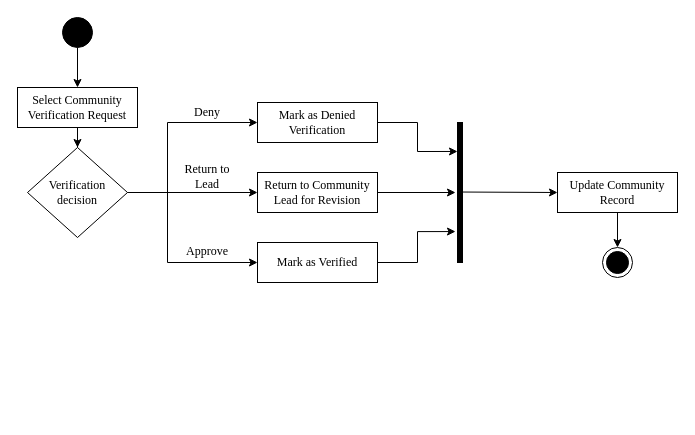
Earlier version of the draw.io diagram page "CommunityVerification" (3 of 11) of ConnexUs_Chap3.drawio (gvillanueva01/ConnexUs_diagrams). Source tidied: cells renumbered, new cells numbered last; positions are measured from the earlier drawing's top-left corner, leaving out a move shared by most shapes. Both pictures are drawn from the tidied source at 100%, with x=0, y=0 at pixel (17, 17).
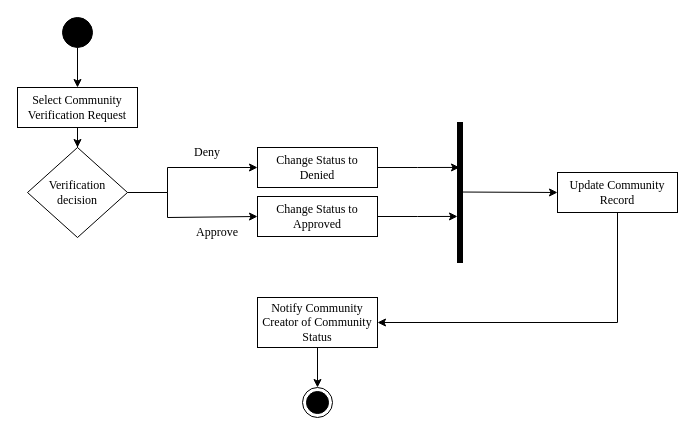
The same diagram, later.

The change refers to these unchanged cells:
```xml
<mxCell id="9" value="&lt;font face=&quot;Times New Roman&quot;&gt;Verification decision&lt;/font&gt;" style="shape=rhombus;html=1;dashed=0;whiteSpace=wrap;perimeter=rhombusPerimeter;" parent="1" vertex="1">
  <mxGeometry x="10" y="130" width="100" height="90" as="geometry" />
</mxCell>
<mxCell id="16" style="html=1;points=[];perimeter=orthogonalPerimeter;fillColor=strokeColor;" parent="1" vertex="1">
  <mxGeometry x="440" y="105" width="5" height="140" as="geometry" />
</mxCell>
<mxCell id="18" value="Update Community Record" style="rounded=0;whiteSpace=wrap;html=1;fontFamily=Times New Roman;" parent="1" vertex="1">
  <mxGeometry x="540" y="155" width="120" height="40" as="geometry" />
</mxCell>
```

Change to the diagram source:
```diff
@@
-    <mxCell id="6" style="edgeStyle=orthogonalEdgeStyle;rounded=0;jettySize=auto;html=1;entryX=0;entryY=0.5;entryDx=0;entryDy=0;" parent="1" edge="1" source="9" target="13">
-      <mxGeometry relative="1" as="geometry" />
-    </mxCell>
     <mxCell id="7" style="edgeStyle=orthogonalEdgeStyle;rounded=0;jettySize=auto;html=1;entryX=0;entryY=0.5;entryDx=0;entryDy=0;" parent="1" edge="1" source="9" target="15">
       <mxGeometry relative="1" as="geometry">
         <Array as="points">
           <mxPoint x="150" y="175" />
-          <mxPoint x="150" y="245" />
+          <mxPoint x="150" y="200" />
         </Array>
       </mxGeometry>
     </mxCell>
     <mxCell id="8" style="edgeStyle=orthogonalEdgeStyle;rounded=0;jettySize=auto;html=1;entryX=0;entryY=0.5;entryDx=0;entryDy=0;" parent="1" edge="1" source="9" target="11">
       <mxGeometry relative="1" as="geometry">
         <Array as="points">
           <mxPoint x="150" y="175" />
-          <mxPoint x="150" y="105" />
+          <mxPoint x="150" y="150" />
         </Array>
       </mxGeometry>
     </mxCell>
@@
-    <mxCell id="10" style="edgeStyle=orthogonalEdgeStyle;rounded=0;jettySize=auto;html=1;entryX=0;entryY=0.207;entryDx=0;entryDy=0;entryPerimeter=0;" parent="1" edge="1" source="11" target="16">
+    <mxCell id="10" style="edgeStyle=orthogonalEdgeStyle;rounded=0;jettySize=auto;html=1;entryX=0.4;entryY=0.321;entryDx=0;entryDy=0;entryPerimeter=0;" parent="1" edge="1" source="11" target="16">
       <mxGeometry relative="1" as="geometry" />
     </mxCell>
-    <mxCell id="11" value="Mark as Denied Verification" style="rounded=0;whiteSpace=wrap;html=1;fontFamily=Times New Roman;" parent="1" vertex="1">
-      <mxGeometry x="240" y="85" width="120" height="40" as="geometry" />
+    <mxCell id="11" value="Change Status to Denied" style="rounded=0;whiteSpace=wrap;html=1;fontFamily=Times New Roman;" parent="1" vertex="1">
+      <mxGeometry x="240" y="130" width="120" height="40" as="geometry" />
     </mxCell>
-    <mxCell id="12" style="edgeStyle=orthogonalEdgeStyle;rounded=0;jettySize=auto;html=1;entryX=-0.4;entryY=0.5;entryDx=0;entryDy=0;entryPerimeter=0;" parent="1" edge="1" source="13" target="16">
-      <mxGeometry relative="1" as="geometry" />
-    </mxCell>
-    <mxCell id="13" value="Return to Community Lead for Revision" style="rounded=0;whiteSpace=wrap;html=1;fontFamily=Times New Roman;" parent="1" vertex="1">
-      <mxGeometry x="240" y="155" width="120" height="40" as="geometry" />
-    </mxCell>
-    <mxCell id="14" style="edgeStyle=orthogonalEdgeStyle;rounded=0;jettySize=auto;html=1;entryX=-0.4;entryY=0.779;entryDx=0;entryDy=0;entryPerimeter=0;" parent="1" edge="1" source="15" target="16">
+    <mxCell id="14" style="edgeStyle=orthogonalEdgeStyle;rounded=0;jettySize=auto;html=1;entryX=0;entryY=0.671;entryDx=0;entryDy=0;entryPerimeter=0;" parent="1" edge="1" source="15" target="16">
       <mxGeometry relative="1" as="geometry" />
     </mxCell>
-    <mxCell id="15" value="Mark as Verified" style="rounded=0;whiteSpace=wrap;html=1;fontFamily=Times New Roman;" parent="1" vertex="1">
-      <mxGeometry x="240" y="225" width="120" height="40" as="geometry" />
+    <mxCell id="15" value="Change Status to Approved" style="rounded=0;whiteSpace=wrap;html=1;fontFamily=Times New Roman;" parent="1" vertex="1">
+      <mxGeometry x="240" y="179" width="120" height="40" as="geometry" />
     </mxCell>
@@
-    <mxCell id="17" style="edgeStyle=orthogonalEdgeStyle;rounded=0;jettySize=auto;html=1;entryX=0.5;entryY=0;entryDx=0;entryDy=0;" parent="1" edge="1" source="18" target="20">
-      <mxGeometry relative="1" as="geometry" />
+    <mxCell id="17" style="edgeStyle=orthogonalEdgeStyle;rounded=0;jettySize=auto;html=1;entryX=1;entryY=0.5;entryDx=0;entryDy=0;" parent="1" edge="1" source="18" target="25">
+      <mxGeometry relative="1" as="geometry">
+        <Array as="points">
+          <mxPoint x="600" y="305" />
+        </Array>
+      </mxGeometry>
     </mxCell>
@@
     <mxCell id="20" style="ellipse;html=1;shape=endState;fillColor=strokeColor;" parent="1" vertex="1">
-      <mxGeometry x="585" y="230" width="30" height="30" as="geometry" />
+      <mxGeometry x="285" y="370" width="30" height="30" as="geometry" />
     </mxCell>
     <mxCell id="21" value="Deny" style="text;html=1;strokeColor=none;fillColor=none;align=center;verticalAlign=middle;whiteSpace=wrap;rounded=0;fontFamily=Times New Roman;" parent="1" vertex="1">
-      <mxGeometry x="160" y="80" width="60" height="30" as="geometry" />
+      <mxGeometry x="160" y="120" width="60" height="30" as="geometry" />
     </mxCell>
-    <mxCell id="22" value="Return to Lead" style="text;html=1;strokeColor=none;fillColor=none;align=center;verticalAlign=middle;whiteSpace=wrap;rounded=0;fontFamily=Times New Roman;" parent="1" vertex="1">
-      <mxGeometry x="160" y="144" width="60" height="30" as="geometry" />
-    </mxCell>
     <mxCell id="23" value="Approve" style="text;html=1;strokeColor=none;fillColor=none;align=center;verticalAlign=middle;whiteSpace=wrap;rounded=0;fontFamily=Times New Roman;" parent="1" vertex="1">
-      <mxGeometry x="160" y="219" width="60" height="30" as="geometry" />
+      <mxGeometry x="170" y="200" width="60" height="30" as="geometry" />
     </mxCell>
+    <mxCell id="24" style="edgeStyle=orthogonalEdgeStyle;rounded=0;jettySize=auto;html=1;" parent="1" edge="1" source="25" target="20">
+      <mxGeometry relative="1" as="geometry" />
+    </mxCell>
+    <mxCell id="25" value="Notify Community Creator of Community Status" style="rounded=0;whiteSpace=wrap;html=1;fontFamily=Times New Roman;" parent="1" vertex="1">
+      <mxGeometry x="240" y="280" width="120" height="50" as="geometry" />
+    </mxCell>
```
